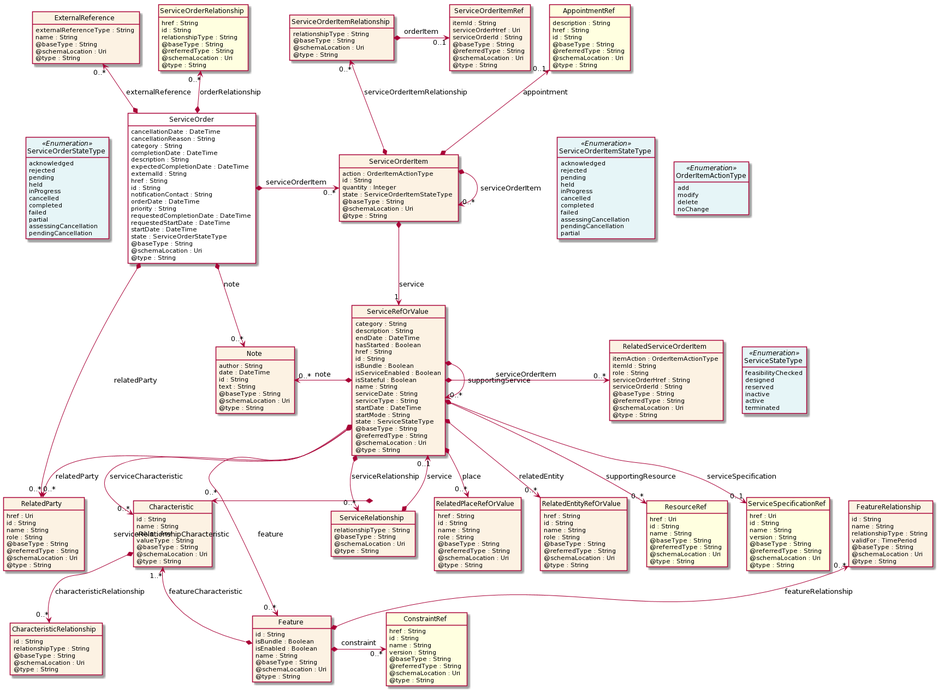
The PlantUML diagram apis/TMF641_Service_Ordering/documentation/diagrams/Resource_ServiceOrder.png in tmforum-apis/Open_Api_And_Data_Model, before a commit.
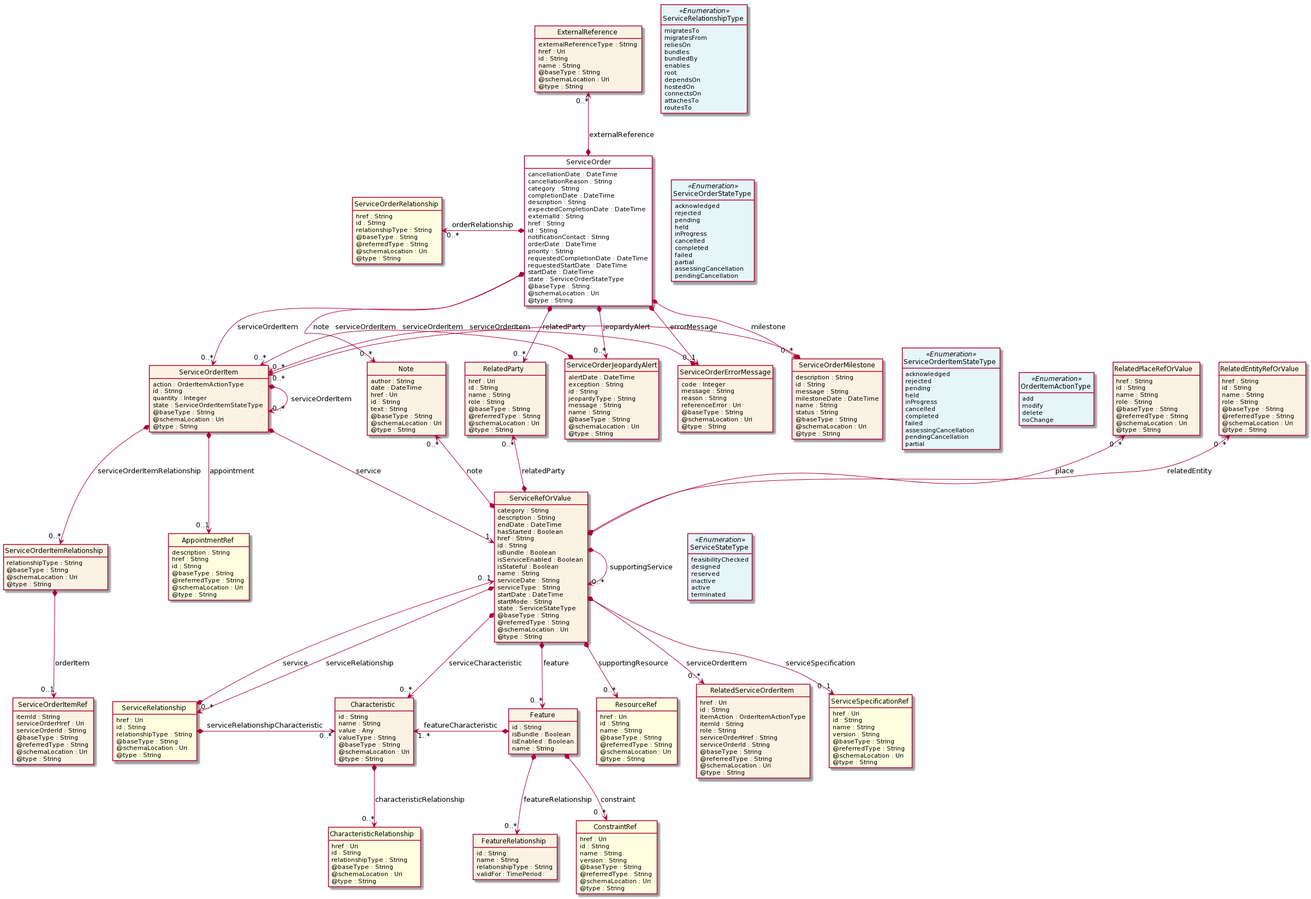
The same file after the commit.

Diff of the diagram source:
```diff
@@ -46,30 +46,27 @@
     pendingCancellation
 }
 
+class ServiceRelationshipType <<Enumeration>> {
+    migratesTo
+    migratesFrom
+    reliesOn
+    bundles
+    bundledBy
+    enables
+    root
+    dependsOn
+    hostedOn
+    connectsOn
+    attachesTo
+    routesTo
+}
+
 class Note  {
     author : String
     date : DateTime
+    href : Uri
     id : String
     text : String
-    @baseType : String
-    @schemaLocation : Uri
-    @type : String
-}
-
-class RelatedParty  {
-    href : Uri
-    id : String
-    name : String
-    role : String
-    @baseType : String
-    @referredType : String
-    @schemaLocation : Uri
-    @type : String
-}
-
-class ExternalReference  {
-    externalReferenceType : String
-    name : String
     @baseType : String
     @schemaLocation : Uri
     @type : String
@@ -165,6 +162,8 @@
 }
 
 class RelatedServiceOrderItem  {
+    href : Uri
+    id : String
     itemAction : OrderItemActionType
     itemId : String
     role : String
@@ -176,7 +175,9 @@
     @type : String
 }
 
-class ServiceRelationship  {
+class ServiceRelationship  <<Ref>> {
+    href : Uri
+    id : String
     relationshipType : String
     @baseType : String
     @schemaLocation : Uri
@@ -193,7 +194,8 @@
     @type : String
 }
 
-class CharacteristicRelationship  {
+class CharacteristicRelationship  <<Ref>> {
+    href : Uri
     id : String
     relationshipType : String
     @baseType : String
@@ -206,13 +208,10 @@
     isBundle : Boolean
     isEnabled : Boolean
     name : String
-    @baseType : String
-    @schemaLocation : Uri
-    @type : String
 }
 
 class ConstraintRef  <<Ref>> {
-    href : String
+    href : Uri
     id : String
     name : String
     version : String
@@ -227,9 +226,6 @@
     name : String
     relationshipType : String
     validFor : TimePeriod
-    @baseType : String
-    @schemaLocation : Uri
-    @type : String
 }
 
 class RelatedPlaceRefOrValue  {
@@ -265,12 +261,67 @@
     @type : String
 }
 
+class RelatedParty  {
+    href : Uri
+    id : String
+    name : String
+    role : String
+    @baseType : String
+    @referredType : String
+    @schemaLocation : Uri
+    @type : String
+}
+
 class AppointmentRef  <<Ref>> {
     description : String
     href : String
     id : String
     @baseType : String
     @referredType : String
+    @schemaLocation : Uri
+    @type : String
+}
+
+class ServiceOrderJeopardyAlert  {
+    alertDate : DateTime
+    exception : String
+    id : String
+    jeopardyType : String
+    message : String
+    name : String
+    @baseType : String
+    @schemaLocation : Uri
+    @type : String
+}
+
+class ServiceOrderErrorMessage  {
+    code : Integer
+    message : String
+    reason : String
+    referenceError : Uri
+    @baseType : String
+    @schemaLocation : Uri
+    @type : String
+}
+
+class ExternalReference  {
+    externalReferenceType : String
+    href : Uri
+    id : String
+    name : String
+    @baseType : String
+    @schemaLocation : Uri
+    @type : String
+}
+
+class ServiceOrderMilestone  {
+    description : String
+    id : String
+    message : String
+    milestoneDate : DateTime
+    name : String
+    status : String
+    @baseType : String
     @schemaLocation : Uri
     @type : String
 }
@@ -285,17 +336,23 @@
     @type : String
 }
 
-ServiceOrder *-right-> "0..*" ServiceOrderItem : serviceOrderItem
-
-ServiceOrderStateType <-left[hidden]- ServiceOrder
-
 ServiceOrder *-->  "0..*" Note : note
 
 ServiceOrder *-->  "0..*" RelatedParty : relatedParty
 
+ServiceOrder *-->  "0..1" ServiceOrderErrorMessage : errorMessage
+
+ServiceOrder *-->  "0..*" ServiceOrderJeopardyAlert : jeopardyAlert
+
+ServiceOrder *-->  "0..*" ServiceOrderMilestone : milestone
+
+ServiceOrder -right[hidden]-> ServiceOrderStateType
+
+ServiceOrder *-->  "0..*" ServiceOrderItem : serviceOrderItem
+
 ServiceOrderItem *-right-> "0..*" ServiceOrderItem : serviceOrderItem
 
-Note "0..*" <-left-* ServiceRefOrValue : note
+Note "0..*" <--* ServiceRefOrValue : note
 
 ServiceOrderItem *-->  "1" ServiceRefOrValue : service
 
@@ -305,60 +362,64 @@
 
 ServiceRefOrValue *-right-> "0..*" ServiceRefOrValue : supportingService
 
-ServiceRefOrValue *-right-> "0..*" RelatedServiceOrderItem : serviceOrderItem
+RelatedParty "0..*" <--* ServiceRefOrValue : relatedParty
 
-ServiceRefOrValue *-->  "0..*" RelatedParty : relatedParty
+ServiceRefOrValue *-->  "0..*" ServiceRelationship : serviceRelationship
 
-RelatedServiceOrderItem -right[hidden]-> ServiceStateType
+ServiceRefOrValue -right[hidden]-> ServiceStateType
 
 ServiceRefOrValue *-->  "0..*" Characteristic : serviceCharacteristic
 
-RelatedParty <-left[hidden]- Characteristic
-
-ServiceRefOrValue *-->  "0..*" ServiceRelationship : serviceRelationship
-
-Characteristic <-left[hidden]- ServiceRelationship
-
 ServiceRefOrValue *-->  "0..*" Feature : feature
 
-ServiceRelationship <-left[hidden]- Feature
-
-ServiceRelationship *-->  "0..*" Characteristic : serviceRelationshipCharacteristic
+ServiceRelationship *-right-> "0..*" Characteristic : serviceRelationshipCharacteristic
 
 ServiceRefOrValue "0..1" <--* ServiceRelationship : service
 
-Feature *-->  "1..*" Characteristic : featureCharacteristic
+Characteristic "1..*" <-left-* Feature : featureCharacteristic
 
-ServiceRefOrValue *-->  "0..*" RelatedPlaceRefOrValue : place
+ServiceOrderJeopardyAlert <-left[hidden]- ServiceOrderItemStateType
 
-Characteristic <-left[hidden]- RelatedPlaceRefOrValue
+ServiceOrderItem "0..*" <-left-* ServiceOrderJeopardyAlert : serviceOrderItem
 
-ServiceRefOrValue *-->  "0..*" RelatedEntityRefOrValue : relatedEntity
+ServiceOrderErrorMessage <-left[hidden]- ServiceOrderItemStateType
 
-RelatedPlaceRefOrValue <-left[hidden]- RelatedEntityRefOrValue
+ServiceOrderItem "0..*" <-left-* ServiceOrderErrorMessage : serviceOrderItem
+
+ServiceOrderMilestone <-left[hidden]- ServiceOrderItemStateType
+
+ServiceOrderItem "0..*" <-left-* ServiceOrderMilestone : serviceOrderItem
+
+RelatedPlaceRefOrValue "0..*" <--* ServiceRefOrValue : place
+
+RelatedEntityRefOrValue "0..*" <--* ServiceRefOrValue : relatedEntity
+
+ServiceRefOrValue *-->  "0..*" RelatedServiceOrderItem : serviceOrderItem
 
 ServiceRefOrValue *-->  "0..*" ResourceRef : supportingResource
 
-RelatedEntityRefOrValue <-left[hidden]- ResourceRef
-
 ServiceRefOrValue *-->  "0..1" ServiceSpecificationRef : serviceSpecification
 
-ResourceRef <-left[hidden]- ServiceSpecificationRef
+ServiceOrderRelationship "0..*" <-left-* ServiceOrder : orderRelationship
 
 ExternalReference "0..*" <--* ServiceOrder : externalReference
 
-ServiceOrderRelationship "0..*" <--* ServiceOrder : orderRelationship
+ServiceOrderItem *-->  "0..1" AppointmentRef : appointment
 
-ServiceOrderItemRelationship "0..*" <--* ServiceOrderItem : serviceOrderItemRelationship
+ServiceOrderItem *-->  "0..*" ServiceOrderItemRelationship : serviceOrderItemRelationship
 
-AppointmentRef "0..1" <--* ServiceOrderItem : appointment
+Feature *-->  "0..*" FeatureRelationship : featureRelationship
 
-Feature *-right-> "0..*" ConstraintRef : constraint
+Feature *-->  "0..*" ConstraintRef : constraint
 
-FeatureRelationship "0..*" <--* Feature : featureRelationship
-
-ServiceOrderItemRelationship *-right-> "0..1" ServiceOrderItemRef : orderItem
+ServiceOrderItemRelationship *-->  "0..1" ServiceOrderItemRef : orderItem
 
 Characteristic *-->  "0..*" CharacteristicRelationship : characteristicRelationship
 
+ServiceOrderJeopardyAlert <-left[hidden]- ServiceOrderItemStateType
+
+ServiceOrderErrorMessage <-left[hidden]- ServiceOrderItemStateType
+
+ServiceOrderMilestone <-left[hidden]- ServiceOrderItemStateType
+
 @enduml
```
